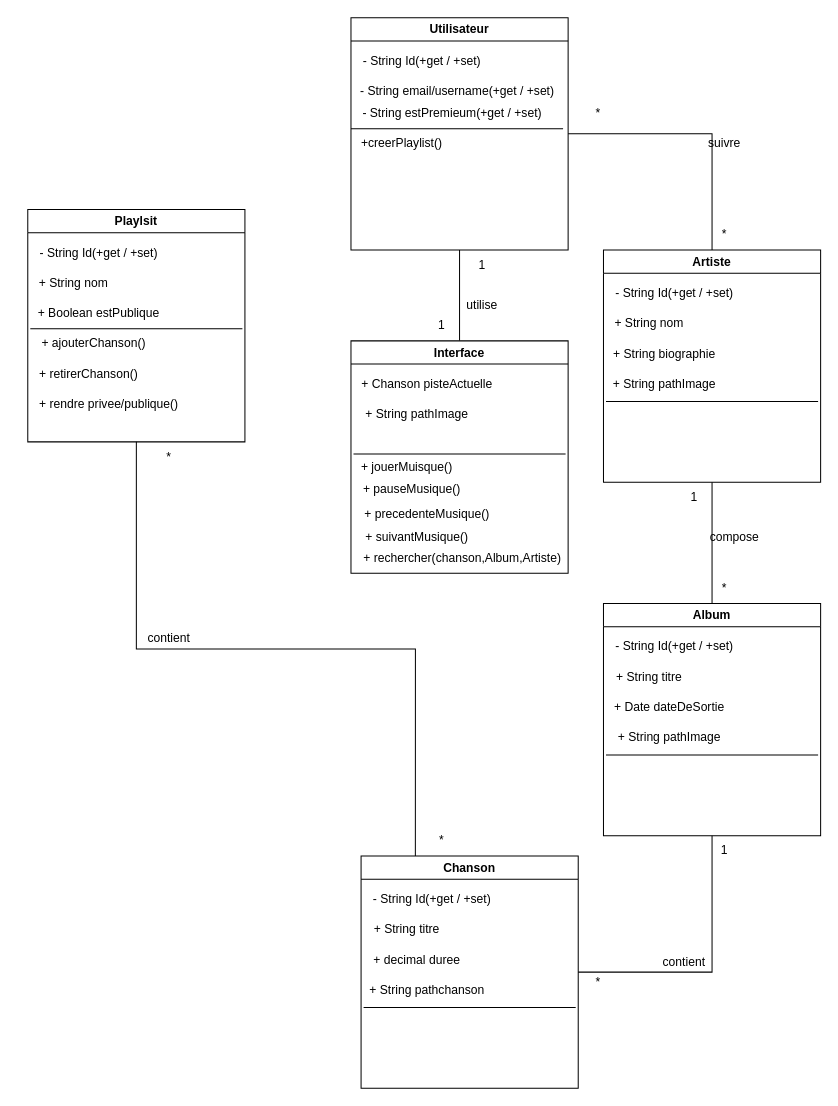
Above: diagramme_de_classe.drawio in Anasb321/VibyProject (draw.io), before the change. Source tidied: cells renumbered, new cells numbered last; positions are measured from the earlier drawing's top-left corner, leaving out a move shared by most shapes. Both pictures are drawn from the tidied source at 101%, with x=0, y=0 at pixel (27, 17).
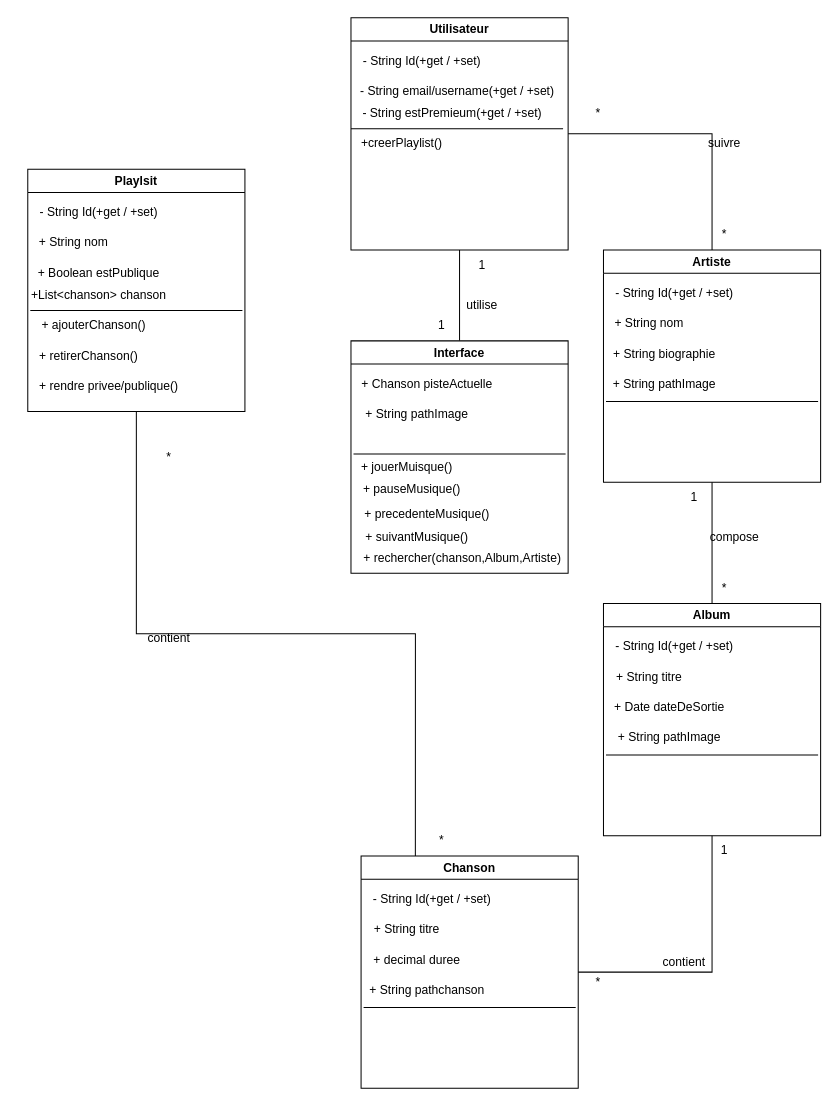
The same page after the edit.

What changed in the source:
```diff
@@
     <mxCell id="40" value="Playlsit" style="swimlane;whiteSpace=wrap;html=1;" parent="1" vertex="1">
-      <mxGeometry y="190" width="215" height="230" as="geometry" />
+      <mxGeometry y="150" width="215" height="240" as="geometry" />
     </mxCell>
@@
     <mxCell id="44" style="endArrow=none;html=1;rounded=0;" parent="40" edge="1">
       <mxGeometry relative="1" as="geometry">
-        <mxPoint x="2.5" y="118" as="sourcePoint" />
-        <mxPoint x="212.5" y="118" as="targetPoint" />
+        <mxPoint x="2.5" y="140" as="sourcePoint" />
+        <mxPoint x="212.5" y="140" as="targetPoint" />
       </mxGeometry>
     </mxCell>
     <mxCell id="45" value="+ ajouterChanson()" style="text;html=1;align=center;verticalAlign=middle;strokeColor=none;fillColor=none;" parent="40" vertex="1">
-      <mxGeometry y="118" width="130" height="30" as="geometry" />
+      <mxGeometry y="140" width="130" height="30" as="geometry" />
     </mxCell>
     <mxCell id="46" value="+ retirerChanson()" style="text;html=1;align=center;verticalAlign=middle;strokeColor=none;fillColor=none;" parent="40" vertex="1">
-      <mxGeometry y="148" width="120" height="30" as="geometry" />
+      <mxGeometry y="170" width="120" height="30" as="geometry" />
     </mxCell>
     <mxCell id="47" value="+ rendre privee/publique()" style="text;html=1;align=center;verticalAlign=middle;strokeColor=none;fillColor=none;" parent="40" vertex="1">
-      <mxGeometry y="178" width="160" height="30" as="geometry" />
+      <mxGeometry y="200" width="160" height="30" as="geometry" />
     </mxCell>
+    <mxCell id="63" value="+List&amp;lt;chanson&amp;gt; chanson" style="text;html=1;align=center;verticalAlign=middle;strokeColor=none;fillColor=none;" parent="40" vertex="1">
+      <mxGeometry x="-10" y="110" width="160" height="30" as="geometry" />
+    </mxCell>
```
